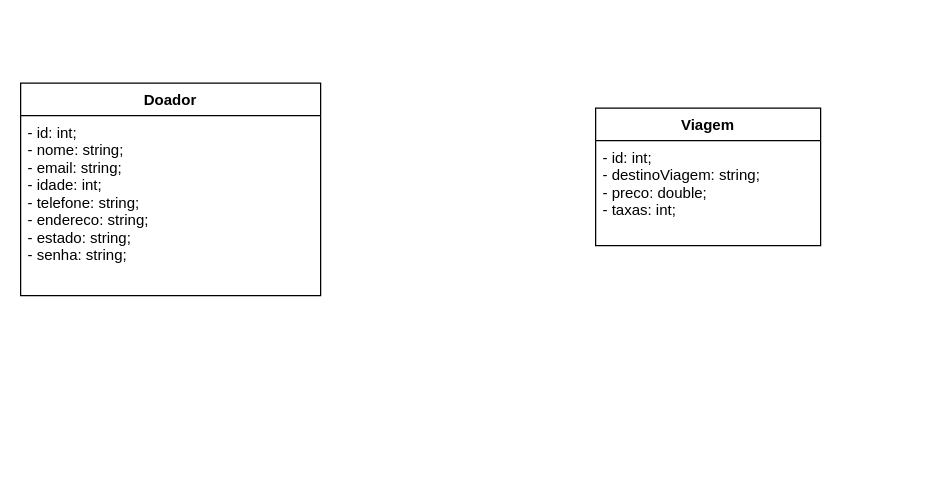
Earlier version of the draw.io diagram Modelagem-dados/Inclusion.drawio (Lucas-Braz7x/Inclusion). Source tidied: cells renumbered, new cells numbered last; positions are measured from the earlier drawing's top-left corner, leaving out a move shared by most shapes. Both pictures are drawn from the tidied source at 125%, with x=0, y=0 at pixel (20, 82).
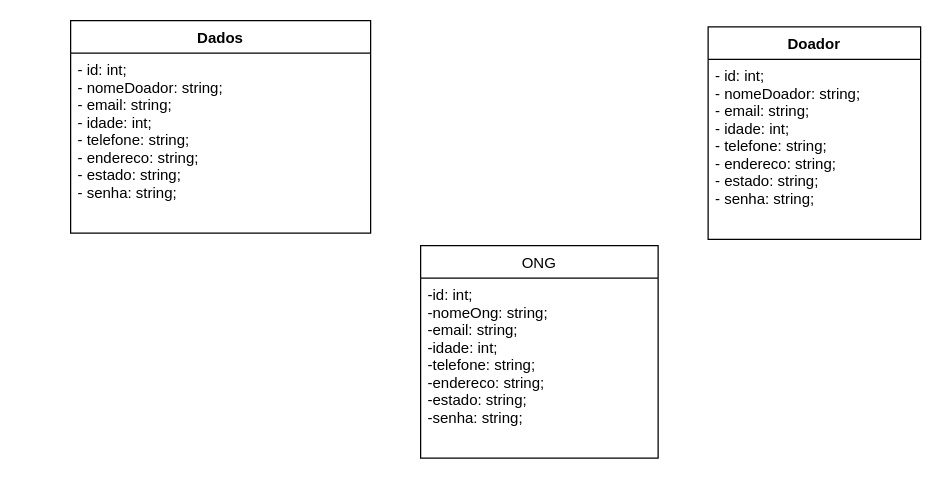
After the change.

Commit message (it also covers changes not shown here):
Criando UML

Diff of the diagram source:
```diff
@@
 <mxGraphModel>
   <root>
     <mxCell id="0" />
     <mxCell id="1" parent="0" />
-    <mxCell id="2" value="Doador" style="swimlane;fontStyle=1;align=center;verticalAlign=top;horizontal=1;startSize=26;" parent="1" vertex="1">
-      <mxGeometry width="240" height="170" as="geometry" />
+    <mxCell id="2" value="Dados" style="swimlane;fontStyle=1;align=center;verticalAlign=top;horizontal=1;startSize=26;" parent="1" vertex="1">
+      <mxGeometry x="40" y="-50" width="240" height="170" as="geometry" />
     </mxCell>
-    <mxCell id="3" value="- id: int;&#10;- nome: string;&#10;- email: string;&#10;- idade: int;&#10;- telefone: string;&#10;- endereco: string;&#10;- estado: string;&#10;- senha: string;&#10;" style="text;strokeColor=none;fillColor=none;align=left;verticalAlign=top;spacingLeft=4;spacingRight=4;overflow=hidden;" parent="2" vertex="1">
-      <mxGeometry y="26" width="240" height="144" as="geometry" />
-    </mxCell>
-    <mxCell id="4" value="Viagem" style="swimlane;fontStyle=1;align=center;verticalAlign=top;horizontal=1;startSize=26;" parent="1" vertex="1">
-      <mxGeometry x="460" y="20" width="180" height="110" as="geometry" />
+    <mxCell id="4" value="Doador" style="swimlane;fontStyle=1;align=center;verticalAlign=top;horizontal=1;startSize=26;" parent="1" vertex="1">
+      <mxGeometry x="550" y="-45" width="170" height="170" as="geometry" />
     </mxCell>
-    <mxCell id="5" value="- id: int;&#10;- destinoViagem: string;&#10;- preco: double;&#10;- taxas: int;     " style="text;strokeColor=none;fillColor=none;align=left;verticalAlign=top;spacingLeft=4;spacingRight=4;overflow=hidden;" parent="4" vertex="1">
-      <mxGeometry y="26" width="180" height="84" as="geometry" />
+    <mxCell id="5" value="- id: int;&#10;- nomeDoador: string;&#10;- email: string;&#10;- idade: int;&#10;- telefone: string;&#10;- endereco: string;&#10;- estado: string;&#10;- senha: string;&#10; " style="text;strokeColor=none;fillColor=none;align=left;verticalAlign=top;spacingLeft=4;spacingRight=4;overflow=hidden;" parent="4" vertex="1">
+      <mxGeometry y="26" width="170" height="144" as="geometry" />
     </mxCell>
+    <mxCell id="6" value="ONG" style="swimlane;fontStyle=0;horizontal=1;startSize=26;fillColor=none;" parent="1" vertex="1">
+      <mxGeometry x="320" y="130" width="190" height="170" as="geometry" />
+    </mxCell>
+    <mxCell id="7" value="-id: int;&#10;-nomeOng: string;&#10;-email: string;&#10;-idade: int;&#10;-telefone: string;&#10;-endereco: string;&#10;-estado: string;&#10;-senha: string;&#10;" style="text;strokeColor=none;fillColor=none;align=left;verticalAlign=top;spacingLeft=4;spacingRight=4;overflow=hidden;" parent="6" vertex="1">
+      <mxGeometry y="26" width="190" height="144" as="geometry" />
+    </mxCell>
+    <mxCell id="3" value="- id: int;&#10;- nomeDoador: string;&#10;- email: string;&#10;- idade: int;&#10;- telefone: string;&#10;- endereco: string;&#10;- estado: string;&#10;- senha: string;&#10;" style="text;strokeColor=none;fillColor=none;align=left;verticalAlign=top;spacingLeft=4;spacingRight=4;overflow=hidden;" parent="1" vertex="1">
+      <mxGeometry x="40" y="-24" width="240" height="144" as="geometry" />
+    </mxCell>
   </root>
 </mxGraphModel>
```
